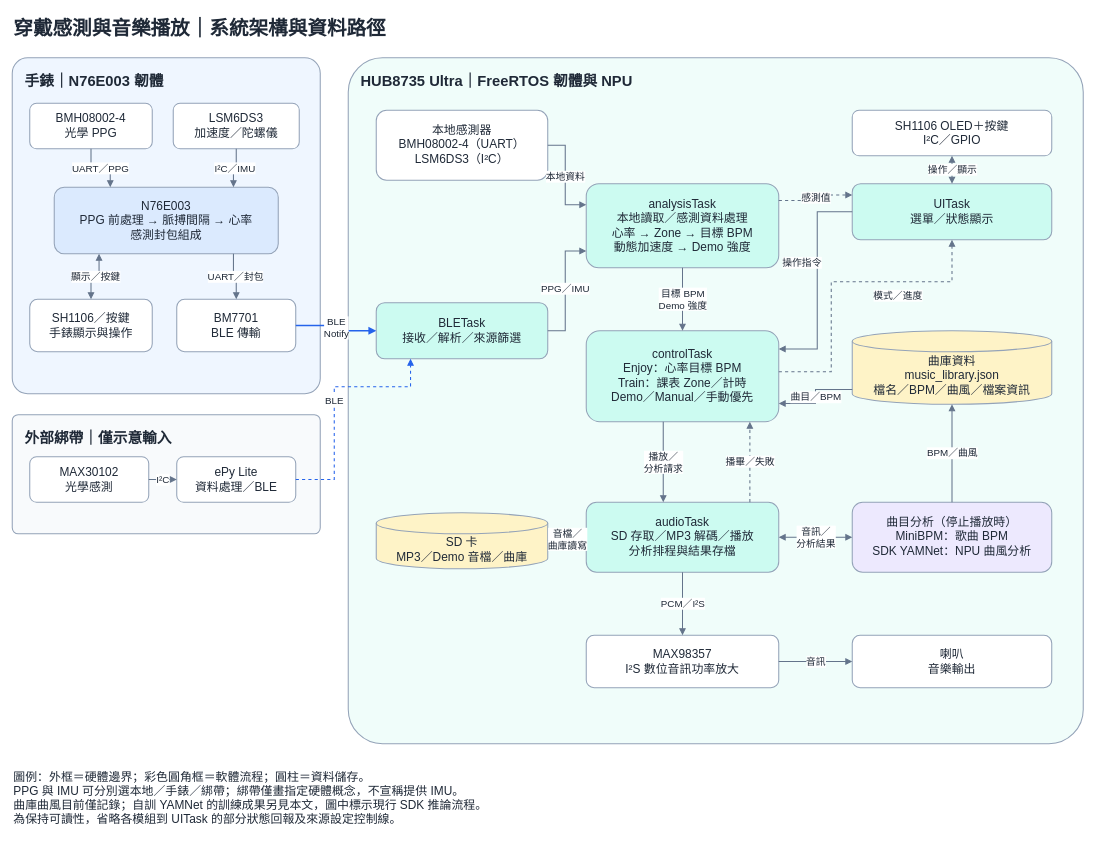
Earlier version of the draw.io diagram page "詳細資料流（備查）" (2 of 2) of docs/project-overview/system_architecture.drawio (Squirrel-li/hear-your-heart). Source tidied: cells renumbered, new cells numbered last; positions are measured from the earlier drawing's top-left corner, leaving out a move shared by most shapes. Both pictures are drawn from the tidied source at 70%, with x=0, y=0 at pixel (12, 12).
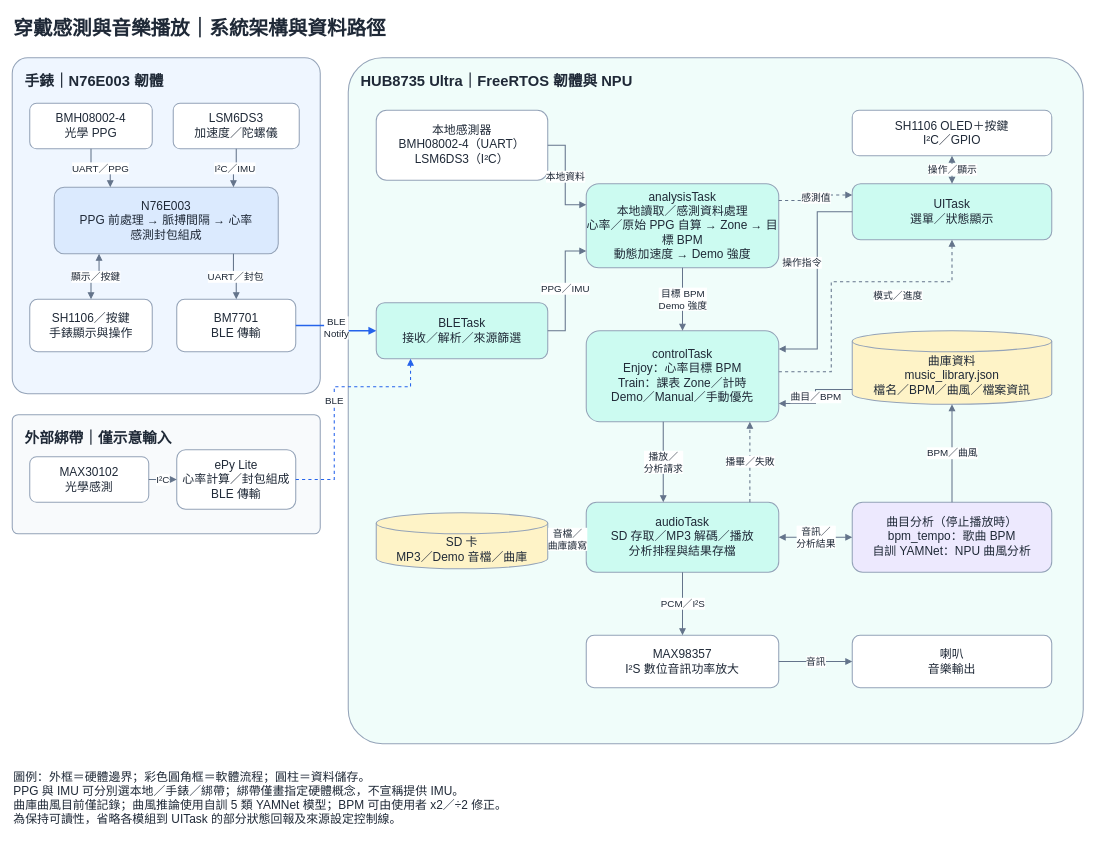
After the change.

The edit, as a diff of the source:
```diff
@@
-    <mxCell id="12" value="ePy Lite&lt;br&gt;資料處理／BLE" style="whiteSpace=wrap;html=1;fontFamily=Microsoft JhengHei;fontSize=17;fontColor=#1f2937;strokeWidth=1.5;rounded=1;fillColor=#ffffff;strokeColor=#94a3b8;" parent="1" vertex="1">
-      <mxGeometry x="235" y="635" width="170" height="65" as="geometry" />
+    <mxCell id="12" value="ePy Lite&lt;br&gt;心率計算／封包組成&lt;br&gt;BLE 傳輸" style="whiteSpace=wrap;html=1;fontFamily=Microsoft JhengHei;fontSize=17;fontColor=#1f2937;strokeWidth=1.5;rounded=1;fillColor=#ffffff;strokeColor=#94a3b8;" parent="1" vertex="1">
+      <mxGeometry x="235" y="625" width="170" height="85" as="geometry" />
     </mxCell>
@@
-    <mxCell id="15" value="analysisTask&lt;br&gt;本地讀取／感測資料處理&lt;br&gt;心率 → Zone → 目標 BPM&lt;br&gt;動態加速度 → Demo 強度" style="whiteSpace=wrap;html=1;fontFamily=Microsoft JhengHei;fontSize=17;fontColor=#1f2937;strokeWidth=1.5;rounded=1;fillColor=#ccfbf1;strokeColor=#94a3b8;" parent="1" vertex="1">
+    <mxCell id="15" value="analysisTask&lt;br&gt;本地讀取／感測資料處理&lt;br&gt;心率／原始 PPG 自算 → Zone → 目標 BPM&lt;br&gt;動態加速度 → Demo 強度" style="whiteSpace=wrap;html=1;fontFamily=Microsoft JhengHei;fontSize=17;fontColor=#1f2937;strokeWidth=1.5;rounded=1;fillColor=#ccfbf1;strokeColor=#94a3b8;" parent="1" vertex="1">
       <mxGeometry x="820" y="245" width="275" height="120" as="geometry" />
     </mxCell>
@@
-    <mxCell id="21" value="曲目分析（停止播放時）&lt;br&gt;MiniBPM：歌曲 BPM&lt;br&gt;SDK YAMNet：NPU 曲風分析" style="whiteSpace=wrap;html=1;fontFamily=Microsoft JhengHei;fontSize=17;fontColor=#1f2937;strokeWidth=1.5;rounded=1;fillColor=#ede9fe;strokeColor=#94a3b8;" parent="1" vertex="1">
+    <mxCell id="21" value="曲目分析（停止播放時）&lt;br&gt;bpm_tempo：歌曲 BPM&lt;br&gt;自訓 YAMNet：NPU 曲風分析" style="whiteSpace=wrap;html=1;fontFamily=Microsoft JhengHei;fontSize=17;fontColor=#1f2937;strokeWidth=1.5;rounded=1;fillColor=#ede9fe;strokeColor=#94a3b8;" parent="1" vertex="1">
       <mxGeometry x="1200" y="700" width="285" height="100" as="geometry" />
     </mxCell>
@@
-    <mxCell id="47" value="圖例：外框＝硬體邊界；彩色圓角框＝軟體流程；圓柱＝資料儲存。&lt;br&gt;PPG 與 IMU 可分別選本地／手錶／綁帶；綁帶僅畫指定硬體概念，不宣稱提供 IMU。&lt;br&gt;曲庫曲風目前僅記錄；自訓 YAMNet 的訓練成果另見本文，圖中標示現行 SDK 推論流程。&lt;br&gt;為保持可讀性，省略各模組到 UITask 的部分狀態回報及來源設定控制線。" style="whiteSpace=wrap;html=1;fontFamily=Microsoft JhengHei;fontSize=17;fontColor=#1f2937;strokeWidth=1.5;strokeColor=none;align=left;fontSize=17;fillColor=#ffffff;strokeColor=#94a3b8;strokeColor=none;" parent="1" vertex="1">
+    <mxCell id="47" value="圖例：外框＝硬體邊界；彩色圓角框＝軟體流程；圓柱＝資料儲存。&lt;br&gt;PPG 與 IMU 可分別選本地／手錶／綁帶；綁帶僅畫指定硬體概念，不宣稱提供 IMU。&lt;br&gt;曲庫曲風目前僅記錄；曲風推論使用自訓 5 類 YAMNet 模型；BPM 可由使用者 x2／÷2 修正。&lt;br&gt;為保持可讀性，省略各模組到 UITask 的部分狀態回報及來源設定控制線。" style="whiteSpace=wrap;html=1;fontFamily=Microsoft JhengHei;fontSize=17;fontColor=#1f2937;strokeWidth=1.5;strokeColor=none;align=left;fontSize=17;fillColor=#ffffff;strokeColor=#94a3b8;strokeColor=none;" parent="1" vertex="1">
       <mxGeometry y="1075" width="1530" height="95" as="geometry" />
     </mxCell>
```
